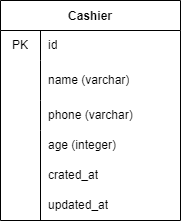
pahrulirfan/web-lanjut-rpl-23 keeps this draw.io diagram as latihan.drawio.png. Above is the earlier version. Source tidied: cells renumbered, new cells last; positions are measured from the earlier drawing's top-left corner, leaving out a move shared by most shapes.
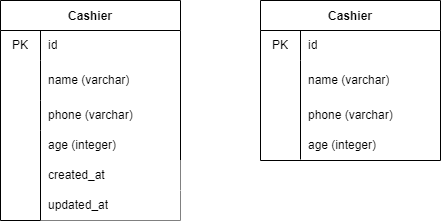
The same diagram one commit later.

Change to the diagram source:
```diff
@@ -35,10 +35,10 @@
     <mxCell id="12" value="age (integer)" style="shape=partialRectangle;html=1;whiteSpace=wrap;fillColor=none;top=0;left=0;bottom=0;right=0;align=left;spacingLeft=6;overflow=hidden;fontSize=12;" parent="1" vertex="1">
       <mxGeometry x="40" y="130" width="140" height="30" as="geometry" />
     </mxCell>
-    <mxCell id="13" value="crated_at" style="shape=partialRectangle;html=1;whiteSpace=wrap;fillColor=none;top=0;left=0;bottom=0;right=0;align=left;spacingLeft=6;overflow=hidden;fontSize=12;" parent="1" vertex="1">
+    <mxCell id="13" value="created_at" style="shape=partialRectangle;html=1;whiteSpace=wrap;fillColor=#FFFFFF;top=0;left=0;bottom=0;right=0;align=left;spacingLeft=6;overflow=hidden;fontSize=12;" parent="1" vertex="1">
       <mxGeometry x="40" y="160" width="140" height="30" as="geometry" />
     </mxCell>
-    <mxCell id="14" value="updated_at" style="shape=partialRectangle;html=1;whiteSpace=wrap;fillColor=none;top=0;left=0;bottom=0;right=0;align=left;spacingLeft=6;overflow=hidden;fontSize=12;" parent="1" vertex="1">
+    <mxCell id="14" value="updated_at" style="shape=partialRectangle;html=1;whiteSpace=wrap;fillColor=#FFFFFF;top=0;left=0;bottom=0;right=0;align=left;spacingLeft=6;overflow=hidden;fontSize=12;" parent="1" vertex="1">
       <mxGeometry x="40" y="190" width="140" height="30" as="geometry" />
     </mxCell>
     <mxCell id="15" style="endArrow=none;html=1;fontSize=12;" parent="1" edge="1">
@@ -47,5 +47,44 @@
         <mxPoint x="40" y="130" as="targetPoint" />
       </mxGeometry>
     </mxCell>
+    <mxCell id="16" value="Cashier" style="shape=table;startSize=30;rowLines=0;fontStyle=1;fontSize=12;" parent="1" vertex="1">
+      <mxGeometry x="260" width="180" height="160" as="geometry" />
+    </mxCell>
+    <mxCell id="17" style="shape=tableRow;horizontal=0;startSize=0;swimlaneHead=0;swimlaneBody=0;top=0;left=0;bottom=0;right=0;fillColor=none;fontSize=12;" parent="16" vertex="1">
+      <mxGeometry y="30" width="180" height="30" as="geometry" />
+    </mxCell>
+    <mxCell id="18" value="PK" style="shape=partialRectangle;html=1;whiteSpace=wrap;fillColor=none;top=0;left=0;bottom=0;right=0;overflow=hidden;fontSize=12;" parent="17" vertex="1">
+      <mxGeometry width="40" height="30" as="geometry" />
+    </mxCell>
+    <mxCell id="19" value="id" style="shape=partialRectangle;html=1;whiteSpace=wrap;fillColor=none;top=0;left=0;bottom=0;right=0;align=left;spacingLeft=6;overflow=hidden;fontSize=12;" parent="17" vertex="1">
+      <mxGeometry x="40" width="140" height="30" as="geometry" />
+    </mxCell>
+    <mxCell id="20" style="shape=tableRow;horizontal=0;startSize=0;swimlaneHead=0;swimlaneBody=0;top=0;left=0;bottom=0;right=0;fillColor=none;fontSize=12;" parent="16" vertex="1">
+      <mxGeometry y="60" width="180" height="40" as="geometry" />
+    </mxCell>
+    <mxCell id="21" style="shape=partialRectangle;html=1;whiteSpace=wrap;fillColor=none;top=0;left=0;bottom=0;right=0;overflow=hidden;fontSize=12;" parent="20" vertex="1">
+      <mxGeometry width="40" height="40" as="geometry" />
+    </mxCell>
+    <mxCell id="22" value="name (varchar)" style="shape=partialRectangle;html=1;whiteSpace=wrap;fillColor=none;top=0;left=0;bottom=0;right=0;align=left;spacingLeft=6;overflow=hidden;fontSize=12;" parent="20" vertex="1">
+      <mxGeometry x="40" width="140" height="40" as="geometry" />
+    </mxCell>
+    <mxCell id="23" style="shape=tableRow;horizontal=0;startSize=0;swimlaneHead=0;swimlaneBody=0;top=0;left=0;bottom=0;right=0;fillColor=none;fontSize=12;" parent="16" vertex="1">
+      <mxGeometry y="100" width="180" height="30" as="geometry" />
+    </mxCell>
+    <mxCell id="24" style="shape=partialRectangle;html=1;whiteSpace=wrap;fillColor=none;top=0;left=0;bottom=0;right=0;overflow=hidden;fontSize=12;" parent="23" vertex="1">
+      <mxGeometry width="40" height="30" as="geometry" />
+    </mxCell>
+    <mxCell id="25" value="phone (varchar)" style="shape=partialRectangle;html=1;whiteSpace=wrap;fillColor=none;top=0;left=0;bottom=0;right=0;align=left;spacingLeft=6;overflow=hidden;fontSize=12;" parent="23" vertex="1">
+      <mxGeometry x="40" width="140" height="30" as="geometry" />
+    </mxCell>
+    <mxCell id="26" value="age (integer)" style="shape=partialRectangle;html=1;whiteSpace=wrap;fillColor=none;top=0;left=0;bottom=0;right=0;align=left;spacingLeft=6;overflow=hidden;fontSize=12;" parent="1" vertex="1">
+      <mxGeometry x="300" y="130" width="140" height="30" as="geometry" />
+    </mxCell>
+    <mxCell id="27" style="endArrow=none;html=1;fontSize=12;" parent="1" edge="1">
+      <mxGeometry relative="1" as="geometry">
+        <mxPoint x="300" y="159" as="sourcePoint" />
+        <mxPoint x="300" y="69" as="targetPoint" />
+      </mxGeometry>
+    </mxCell>
   </root>
 </mxGraphModel>
```
